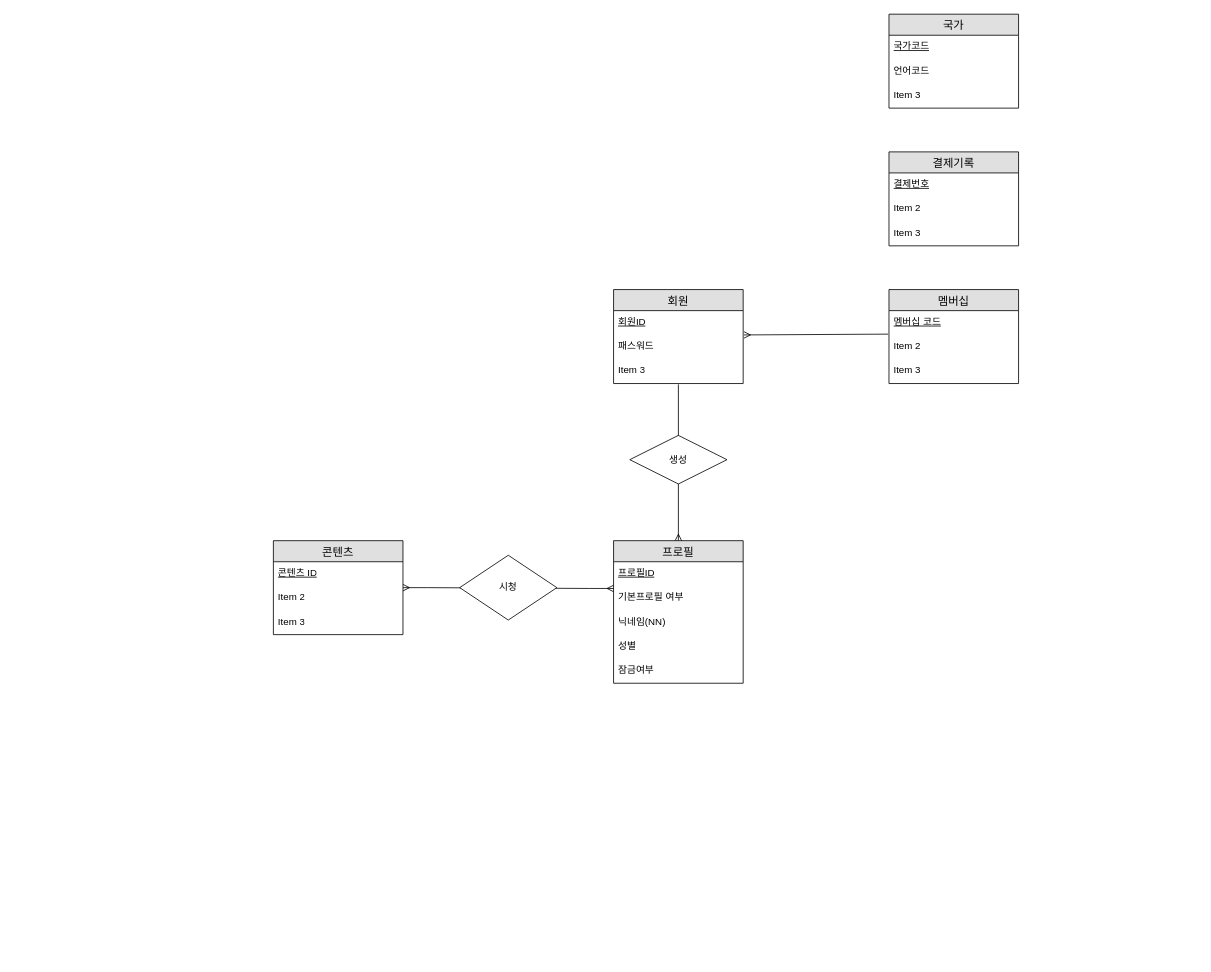
This is 제목 없는 다이어그램.drawio from msgggg1/Netflix-DB-modeling, a draw.io file, before an edit. Source tidied: cells renumbered, new cells numbered last; positions are measured from the earlier drawing's top-left corner, leaving out a move shared by most shapes. Both pictures are drawn from the tidied source at 81%, with x=0, y=0 at pixel (273, 14).
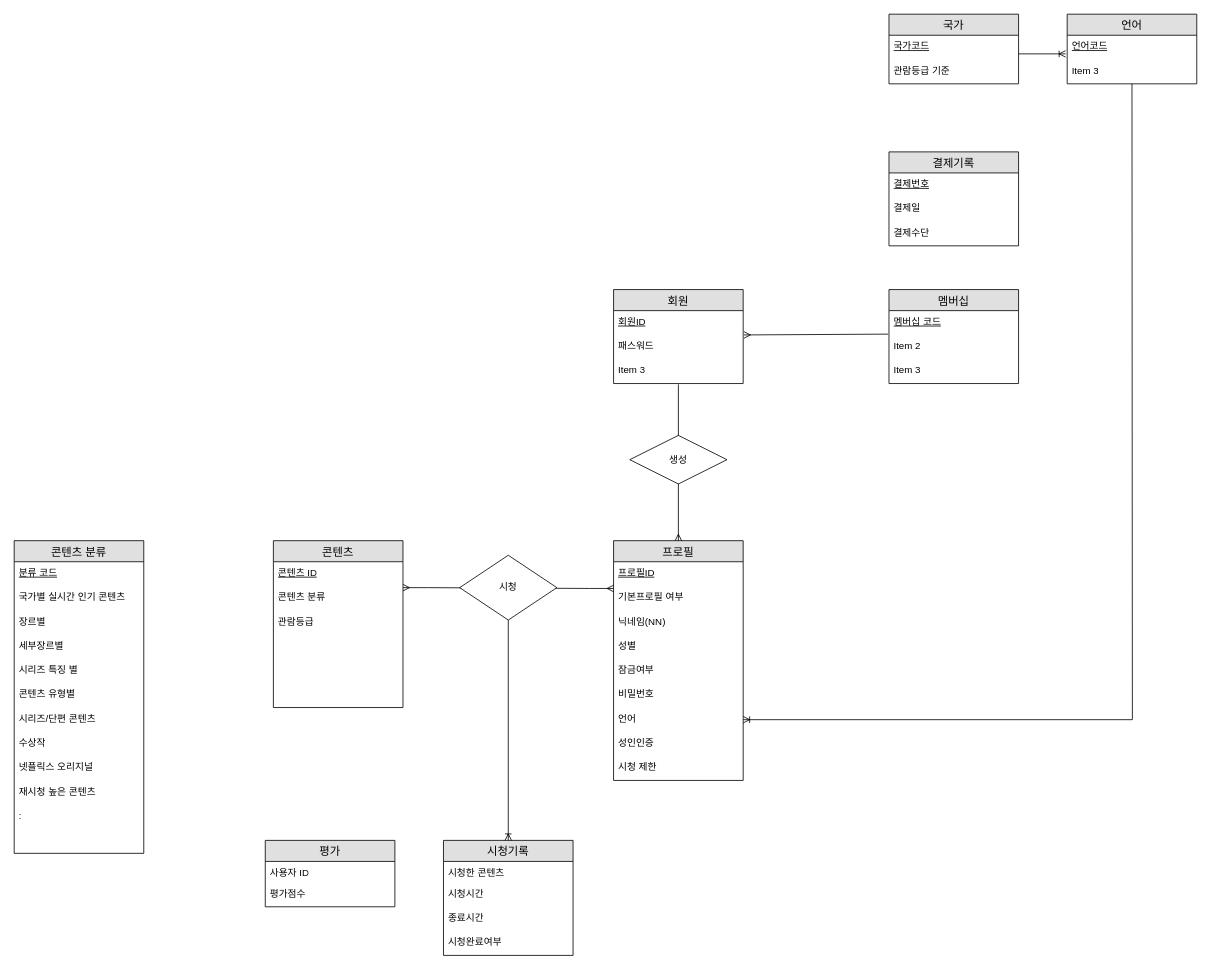
The same page after the edit.

Commit message:
제목 없는 다이어그램.drawio 업데이트

Unchanged cells that the change refers to:
```xml
<mxCell id="11" value="시청" style="shape=rhombus;perimeter=rhombusPerimeter;whiteSpace=wrap;html=1;align=center;" parent="1" vertex="1">
  <mxGeometry x="230" y="668" width="120" height="80" as="geometry" />
</mxCell>
<mxCell id="25" value="결제기록" style="swimlane;fontStyle=0;horizontal=1;startSize=26;align=center;fontSize=14;textShadow=0;fillColor=light-dark(#e0e0e0, #ededed);" parent="1" vertex="1">
  <mxGeometry x="760" y="170" width="160" height="116" as="geometry" />
</mxCell>
```

What changed in the source:
```diff
@@
     <mxCell id="6" value="콘텐츠" style="swimlane;fontStyle=0;horizontal=1;startSize=26;align=center;fontSize=14;textShadow=0;fillColor=light-dark(#e0e0e0, #ededed);" parent="1" vertex="1">
-      <mxGeometry y="650" width="160" height="116" as="geometry" />
+      <mxGeometry y="650" width="160" height="206" as="geometry" />
     </mxCell>
@@
-    <mxCell id="8" value="Item 2" style="text;strokeColor=none;fillColor=none;spacingLeft=4;spacingRight=4;overflow=hidden;fontSize=12;whiteSpace=wrap;html=1;" parent="6" vertex="1">
+    <mxCell id="8" value="콘텐츠 분류" style="text;strokeColor=none;fillColor=none;spacingLeft=4;spacingRight=4;overflow=hidden;fontSize=12;whiteSpace=wrap;html=1;" parent="6" vertex="1">
       <mxGeometry y="56" width="160" height="30" as="geometry" />
     </mxCell>
-    <mxCell id="9" value="Item 3" style="text;strokeColor=none;fillColor=none;spacingLeft=4;spacingRight=4;overflow=hidden;fontSize=12;whiteSpace=wrap;html=1;" parent="6" vertex="1">
+    <mxCell id="9" value="관람등급" style="text;strokeColor=none;fillColor=none;spacingLeft=4;spacingRight=4;overflow=hidden;fontSize=12;whiteSpace=wrap;html=1;" parent="6" vertex="1">
       <mxGeometry y="86" width="160" height="30" as="geometry" />
     </mxCell>
+    <mxCell id="33" style="text;strokeColor=none;fillColor=none;spacingLeft=4;spacingRight=4;overflow=hidden;fontSize=12;whiteSpace=wrap;html=1;" parent="6" vertex="1">
+      <mxGeometry y="116" width="160" height="30" as="geometry" />
+    </mxCell>
+    <mxCell id="34" style="text;strokeColor=none;fillColor=none;spacingLeft=4;spacingRight=4;overflow=hidden;fontSize=12;whiteSpace=wrap;html=1;" parent="6" vertex="1">
+      <mxGeometry y="146" width="160" height="30" as="geometry" />
+    </mxCell>
+    <mxCell id="35" style="text;strokeColor=none;fillColor=none;spacingLeft=4;spacingRight=4;overflow=hidden;fontSize=12;whiteSpace=wrap;html=1;" parent="6" vertex="1">
+      <mxGeometry y="176" width="160" height="30" as="geometry" />
+    </mxCell>
@@
     <mxCell id="12" value="프로필" style="swimlane;fontStyle=0;horizontal=1;startSize=26;align=center;fontSize=14;textShadow=0;fillColor=light-dark(#e0e0e0, #ededed);" parent="1" vertex="1">
-      <mxGeometry x="420" y="650" width="160" height="176" as="geometry" />
+      <mxGeometry x="420" y="650" width="160" height="296" as="geometry" />
     </mxCell>
@@
+    <mxCell id="36" value="비밀번호" style="text;strokeColor=none;fillColor=none;spacingLeft=4;spacingRight=4;overflow=hidden;fontSize=12;whiteSpace=wrap;html=1;" parent="12" vertex="1">
+      <mxGeometry y="176" width="160" height="30" as="geometry" />
+    </mxCell>
+    <mxCell id="37" value="언어" style="text;strokeColor=none;fillColor=none;spacingLeft=4;spacingRight=4;overflow=hidden;points=[[0,0.5],[1,0.5]];portConstraint=eastwest;fontSize=12;whiteSpace=wrap;html=1;" parent="12" vertex="1">
+      <mxGeometry y="206" width="160" height="30" as="geometry" />
+    </mxCell>
+    <mxCell id="38" value="성인인증" style="text;strokeColor=none;fillColor=none;spacingLeft=4;spacingRight=4;overflow=hidden;fontSize=12;whiteSpace=wrap;html=1;" parent="12" vertex="1">
+      <mxGeometry y="236" width="160" height="30" as="geometry" />
+    </mxCell>
+    <mxCell id="39" value="시청 제한&amp;nbsp;" style="text;strokeColor=none;fillColor=none;spacingLeft=4;spacingRight=4;overflow=hidden;fontSize=12;whiteSpace=wrap;html=1;" parent="12" vertex="1">
+      <mxGeometry y="266" width="160" height="30" as="geometry" />
+    </mxCell>
@@
-    <mxCell id="27" value="Item 2" style="text;strokeColor=none;fillColor=none;spacingLeft=4;spacingRight=4;overflow=hidden;fontSize=12;whiteSpace=wrap;html=1;" parent="25" vertex="1">
+    <mxCell id="27" value="결제일" style="text;strokeColor=none;fillColor=none;spacingLeft=4;spacingRight=4;overflow=hidden;fontSize=12;whiteSpace=wrap;html=1;" parent="25" vertex="1">
       <mxGeometry y="56" width="160" height="30" as="geometry" />
     </mxCell>
-    <mxCell id="28" value="Item 3" style="text;strokeColor=none;fillColor=none;spacingLeft=4;spacingRight=4;overflow=hidden;fontSize=12;whiteSpace=wrap;html=1;" parent="25" vertex="1">
+    <mxCell id="28" value="결제수단" style="text;strokeColor=none;fillColor=none;spacingLeft=4;spacingRight=4;overflow=hidden;fontSize=12;whiteSpace=wrap;html=1;" parent="25" vertex="1">
       <mxGeometry y="86" width="160" height="30" as="geometry" />
     </mxCell>
     <mxCell id="29" value="국가" style="swimlane;fontStyle=0;horizontal=1;startSize=26;align=center;fontSize=14;textShadow=0;fillColor=light-dark(#e0e0e0, #ededed);" parent="1" vertex="1">
-      <mxGeometry x="760" width="160" height="116" as="geometry" />
+      <mxGeometry x="760" width="160" height="86" as="geometry" />
     </mxCell>
@@
+    <mxCell id="32" value="관람등급 기준" style="text;strokeColor=none;fillColor=none;spacingLeft=4;spacingRight=4;overflow=hidden;fontSize=12;whiteSpace=wrap;html=1;" parent="29" vertex="1">
+      <mxGeometry y="56" width="160" height="30" as="geometry" />
+    </mxCell>
+    <mxCell id="40" value="언어" style="swimlane;fontStyle=0;horizontal=1;startSize=26;align=center;fontSize=14;textShadow=0;fillColor=light-dark(#e0e0e0, #ededed);" parent="1" vertex="1">
+      <mxGeometry x="980" width="160" height="86" as="geometry" />
+    </mxCell>
+    <mxCell id="41" style="edgeStyle=orthogonalEdgeStyle;fontSize=12;html=1;endArrow=ERoneToMany;rounded=0;entryX=1;entryY=0.5;entryDx=0;entryDy=0;" parent="40" edge="1" target="37">
+      <mxGeometry relative="1" as="geometry">
+        <mxPoint x="80" y="86" as="sourcePoint" />
+      </mxGeometry>
+    </mxCell>
-    <mxCell id="31" value="언어코드" style="text;strokeColor=none;fillColor=none;spacingLeft=4;spacingRight=4;overflow=hidden;points=[[0,0.5],[1,0.5]];portConstraint=eastwest;fontSize=12;whiteSpace=wrap;html=1;" parent="29" vertex="1">
-      <mxGeometry y="56" width="160" height="30" as="geometry" />
+    <mxCell id="31" value="&lt;u&gt;언어코드&lt;/u&gt;" style="text;strokeColor=none;fillColor=none;spacingLeft=4;spacingRight=4;overflow=hidden;points=[[0,0.5],[1,0.5]];portConstraint=eastwest;fontSize=12;whiteSpace=wrap;html=1;" parent="40" vertex="1">
+      <mxGeometry y="26" width="160" height="30" as="geometry" />
     </mxCell>
-    <mxCell id="32" value="Item 3" style="text;strokeColor=none;fillColor=none;spacingLeft=4;spacingRight=4;overflow=hidden;fontSize=12;whiteSpace=wrap;html=1;" parent="29" vertex="1">
-      <mxGeometry y="86" width="160" height="30" as="geometry" />
-    </mxCell>
+    <mxCell id="42" value="Item 3" style="text;strokeColor=none;fillColor=none;spacingLeft=4;spacingRight=4;overflow=hidden;fontSize=12;whiteSpace=wrap;html=1;" parent="40" vertex="1">
+      <mxGeometry y="56" width="160" height="30" as="geometry" />
+    </mxCell>
+    <mxCell id="43" style="fontSize=12;html=1;endArrow=ERoneToMany;rounded=0;entryX=-0.012;entryY=0.767;entryDx=0;entryDy=0;entryPerimeter=0;" parent="1" edge="1" target="31">
+      <mxGeometry relative="1" as="geometry">
+        <mxPoint x="920" y="49" as="sourcePoint" />
+      </mxGeometry>
+    </mxCell>
+    <mxCell id="44" value="시청기록" style="swimlane;fontStyle=0;horizontal=1;startSize=26;align=center;fontSize=14;textShadow=0;fillColor=light-dark(#e0e0e0, #ededed);" parent="1" vertex="1">
+      <mxGeometry x="210" y="1020" width="160" height="142" as="geometry" />
+    </mxCell>
+    <mxCell id="45" value="시청한 콘텐츠" style="text;strokeColor=none;fillColor=none;spacingLeft=4;spacingRight=4;overflow=hidden;fontSize=12;whiteSpace=wrap;html=1;" parent="44" vertex="1">
+      <mxGeometry y="26" width="160" height="26" as="geometry" />
+    </mxCell>
+    <mxCell id="46" value="시청시간" style="text;strokeColor=none;fillColor=none;spacingLeft=4;spacingRight=4;overflow=hidden;fontSize=12;whiteSpace=wrap;html=1;" parent="44" vertex="1">
+      <mxGeometry y="52" width="160" height="30" as="geometry" />
+    </mxCell>
+    <mxCell id="47" value="종료시간" style="text;strokeColor=none;fillColor=none;spacingLeft=4;spacingRight=4;overflow=hidden;fontSize=12;whiteSpace=wrap;html=1;" parent="44" vertex="1">
+      <mxGeometry y="82" width="160" height="30" as="geometry" />
+    </mxCell>
+    <mxCell id="48" value="시청완료여부" style="text;strokeColor=none;fillColor=none;spacingLeft=4;spacingRight=4;overflow=hidden;fontSize=12;whiteSpace=wrap;html=1;" parent="44" vertex="1">
+      <mxGeometry y="112" width="160" height="30" as="geometry" />
+    </mxCell>
+    <mxCell id="49" style="fontSize=12;html=1;endArrow=ERoneToMany;rounded=0;exitX=0.5;exitY=1;exitDx=0;exitDy=0;" parent="1" edge="1" source="11" target="44">
+      <mxGeometry relative="1" as="geometry" />
+    </mxCell>
+    <mxCell id="50" value="평가" style="swimlane;fontStyle=0;horizontal=1;startSize=26;align=center;fontSize=14;textShadow=0;fillColor=light-dark(#e0e0e0, #ededed);" parent="1" vertex="1">
+      <mxGeometry x="-10" y="1020" width="160" height="82" as="geometry" />
+    </mxCell>
+    <mxCell id="51" value="사용자 ID" style="text;strokeColor=none;fillColor=none;spacingLeft=4;spacingRight=4;overflow=hidden;fontSize=12;whiteSpace=wrap;html=1;" parent="50" vertex="1">
+      <mxGeometry y="26" width="160" height="26" as="geometry" />
+    </mxCell>
+    <mxCell id="52" value="평가점수" style="text;strokeColor=none;fillColor=none;spacingLeft=4;spacingRight=4;overflow=hidden;fontSize=12;whiteSpace=wrap;html=1;" parent="50" vertex="1">
+      <mxGeometry y="52" width="160" height="30" as="geometry" />
+    </mxCell>
+    <mxCell id="53" value="콘텐츠 분류" style="swimlane;fontStyle=0;horizontal=1;startSize=26;align=center;fontSize=14;textShadow=0;fillColor=light-dark(#e0e0e0, #ededed);" parent="1" vertex="1">
+      <mxGeometry x="-320" y="650" width="160" height="386" as="geometry" />
+    </mxCell>
+    <mxCell id="54" value="&lt;u&gt;분류 코드&lt;/u&gt;" style="text;strokeColor=none;fillColor=none;spacingLeft=4;spacingRight=4;overflow=hidden;fontSize=12;whiteSpace=wrap;html=1;" parent="53" vertex="1">
+      <mxGeometry y="26" width="160" height="30" as="geometry" />
+    </mxCell>
+    <mxCell id="55" value="국가별 실시간 인기 콘텐츠" style="text;strokeColor=none;fillColor=none;spacingLeft=4;spacingRight=4;overflow=hidden;fontSize=12;whiteSpace=wrap;html=1;" parent="53" vertex="1">
+      <mxGeometry y="56" width="160" height="30" as="geometry" />
+    </mxCell>
+    <mxCell id="56" value="장르별" style="text;strokeColor=none;fillColor=none;spacingLeft=4;spacingRight=4;overflow=hidden;fontSize=12;whiteSpace=wrap;html=1;" parent="53" vertex="1">
+      <mxGeometry y="86" width="160" height="30" as="geometry" />
+    </mxCell>
+    <mxCell id="57" value="세부장르별" style="text;strokeColor=none;fillColor=none;spacingLeft=4;spacingRight=4;overflow=hidden;fontSize=12;whiteSpace=wrap;html=1;" parent="53" vertex="1">
+      <mxGeometry y="116" width="160" height="30" as="geometry" />
+    </mxCell>
+    <mxCell id="58" value="시리즈 특징 별&lt;span style=&quot;white-space: pre;&quot;&gt;&#9;&lt;/span&gt;&lt;span style=&quot;white-space: pre;&quot;&gt;&#9;&lt;/span&gt;" style="text;strokeColor=none;fillColor=none;spacingLeft=4;spacingRight=4;overflow=hidden;fontSize=12;whiteSpace=wrap;html=1;" parent="53" vertex="1">
+      <mxGeometry y="146" width="160" height="30" as="geometry" />
+    </mxCell>
+    <mxCell id="59" value="콘텐츠 유형별" style="text;strokeColor=none;fillColor=none;spacingLeft=4;spacingRight=4;overflow=hidden;fontSize=12;whiteSpace=wrap;html=1;" parent="53" vertex="1">
+      <mxGeometry y="176" width="160" height="30" as="geometry" />
+    </mxCell>
+    <mxCell id="60" value="시리즈/단편 콘텐츠" style="text;strokeColor=none;fillColor=none;spacingLeft=4;spacingRight=4;overflow=hidden;fontSize=12;whiteSpace=wrap;html=1;" parent="53" vertex="1">
+      <mxGeometry y="206" width="160" height="30" as="geometry" />
+    </mxCell>
+    <mxCell id="61" value="수상작" style="text;strokeColor=none;fillColor=none;spacingLeft=4;spacingRight=4;overflow=hidden;fontSize=12;whiteSpace=wrap;html=1;" parent="53" vertex="1">
+      <mxGeometry y="236" width="160" height="30" as="geometry" />
+    </mxCell>
+    <mxCell id="62" value="넷플릭스 오리지널" style="text;strokeColor=none;fillColor=none;spacingLeft=4;spacingRight=4;overflow=hidden;fontSize=12;whiteSpace=wrap;html=1;" parent="53" vertex="1">
+      <mxGeometry y="266" width="160" height="30" as="geometry" />
+    </mxCell>
+    <mxCell id="63" value="재시청 높은 콘텐츠" style="text;strokeColor=none;fillColor=none;spacingLeft=4;spacingRight=4;overflow=hidden;fontSize=12;whiteSpace=wrap;html=1;" parent="53" vertex="1">
+      <mxGeometry y="296" width="160" height="30" as="geometry" />
+    </mxCell>
+    <mxCell id="64" value=":" style="text;strokeColor=none;fillColor=none;spacingLeft=4;spacingRight=4;overflow=hidden;fontSize=12;whiteSpace=wrap;html=1;" parent="53" vertex="1">
+      <mxGeometry y="326" width="160" height="30" as="geometry" />
+    </mxCell>
+    <mxCell id="65" style="text;strokeColor=none;fillColor=none;spacingLeft=4;spacingRight=4;overflow=hidden;fontSize=12;whiteSpace=wrap;html=1;" parent="53" vertex="1">
+      <mxGeometry y="356" width="160" height="30" as="geometry" />
+    </mxCell>
```
